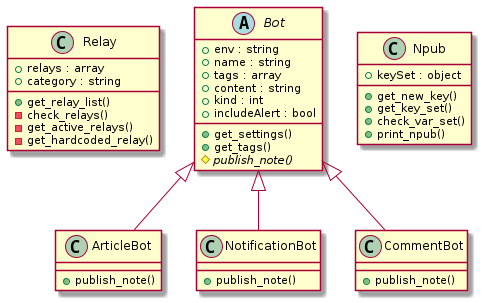
Earlier version of the PlantUML export plantUML/Nostrbots/Nostrbots Class Diagram.png (ShadowySupercode/gitcitadel). The source it was exported from:
```plantuml
@startuml Nostrbots Class Diagram

class Relay {

  + relays : array
  + category : string

  + get_relay_list()
  - check_relays()
  - get_active_relays()
  - get_hardcoded_relay()

}

abstract Bot {

  + env : string
  + name : string
  + tags : array
  + content : string
  + kind : int
  + includeAlert : bool

  + get_settings()
  + get_tags()
  # {abstract} publish_note()

}

class ArticleBot {

  + publish_note()

}

class NotificationBot {

  + publish_note()

}

class CommentBot {

  + publish_note()

}

class Npub {

  + keySet : object
  + get_new_key()
  + get_key_set()
  + check_var_set()
  + print_npub()

}
Bot <|-- ArticleBot
Bot <|-- CommentBot
Bot <|-- NotificationBot

@enduml
```
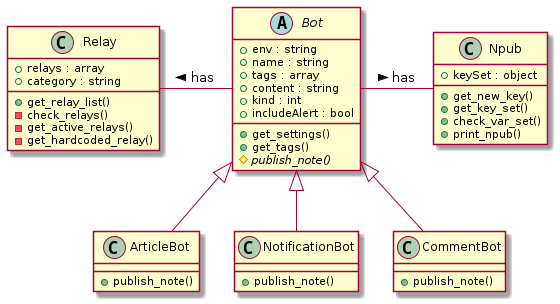
After the change.

Commit message:
Class diagram update

Diff of the diagram source:
```diff
@@ -58,4 +58,7 @@
 Bot <|-- CommentBot
 Bot <|-- NotificationBot
 
+Relay - Bot : has <
+Bot - Npub : has >
+
 @enduml
```
